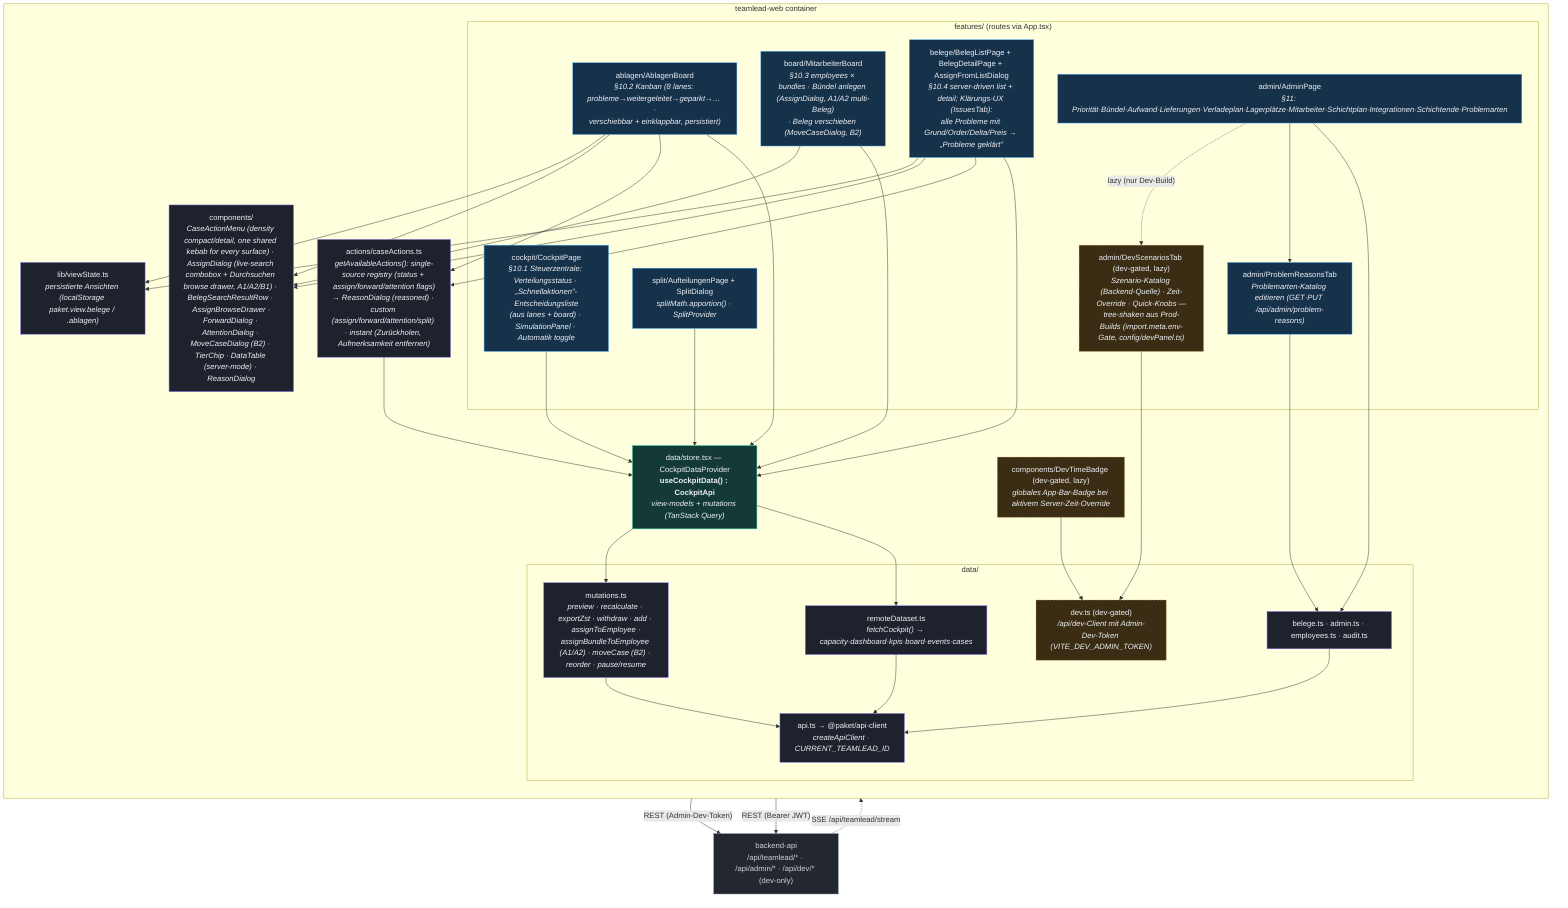
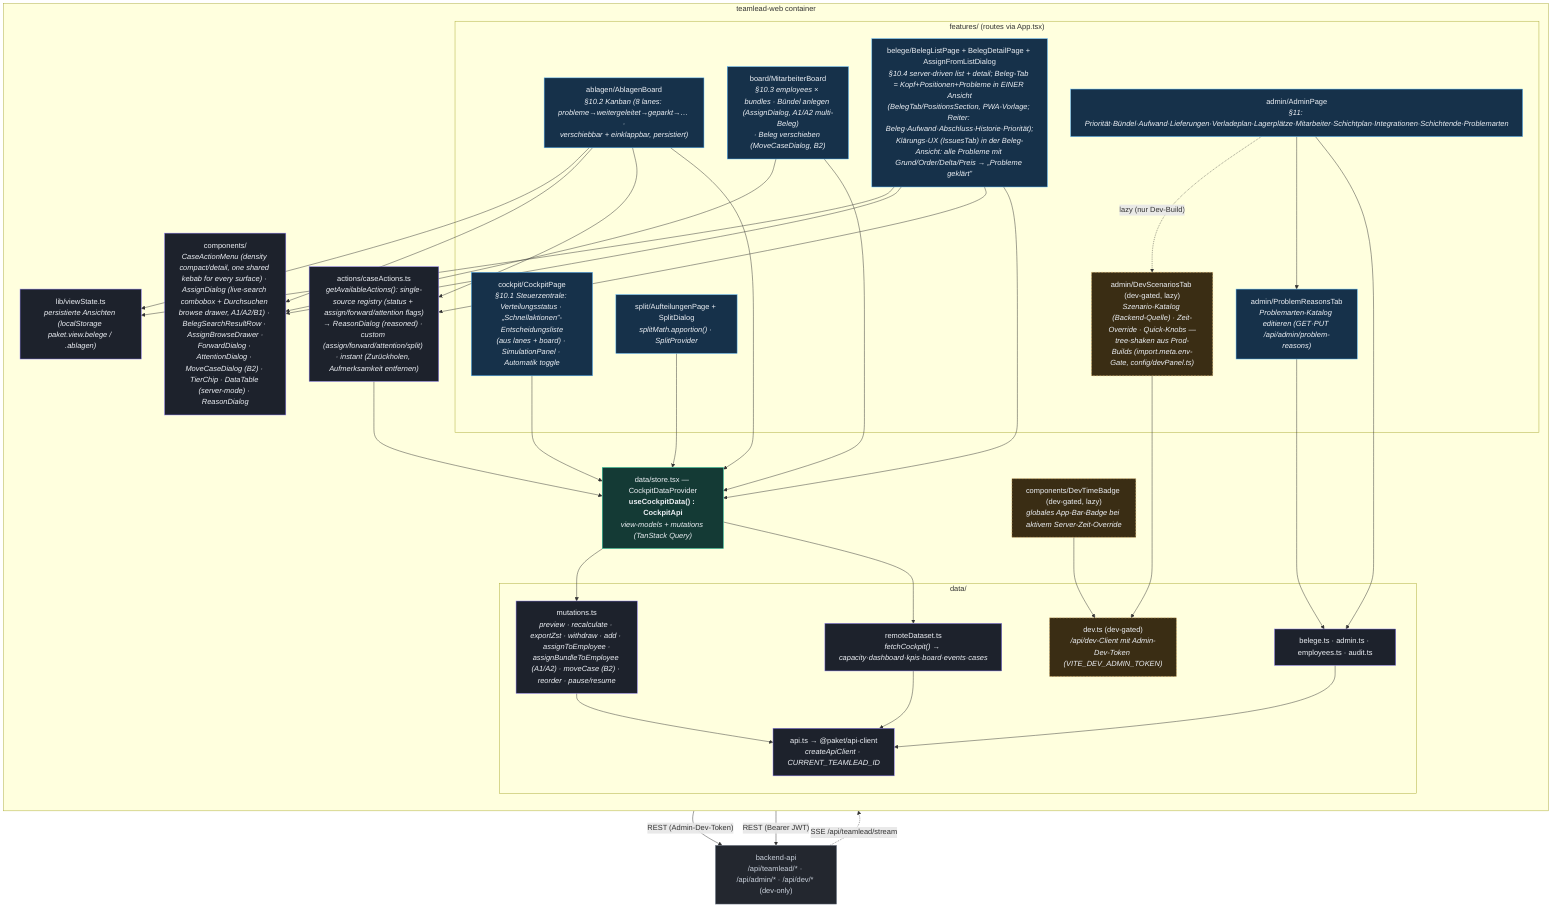
%% C4 Level 3 — Components: teamlead-web (React + Vite + MUI, TanStack Query)
%% Verified against apps/teamlead-web/src/* (features/, data/, actions/, components/).
flowchart TB
    classDef feat fill:#16314a,stroke:#56b6ff,color:#eef1f6;
    classDef store fill:#143a35,stroke:#2dd4a7,color:#eef1f6;
    classDef logic fill:#1d222c,stroke:#8b7cf6,color:#eef1f6;
    classDef ext fill:#23272f,stroke:#7c8696,color:#cbd2dd;
    classDef dev fill:#3a2d14,stroke:#e5b567,color:#eef1f6,stroke-dasharray:4 3;

    api["backend-api<br/>/api/teamlead/* · /api/admin/* · /api/dev/* (dev-only)"]:::ext

    subgraph web["teamlead-web container"]
        direction TB
        subgraph features["features/ (routes via App.tsx)"]
            cockpit["cockpit/CockpitPage<br/><i>§10.1 Steuerzentrale: Verteilungsstatus · „Schnellaktionen”-Entscheidungsliste<br/>(aus lanes + board) · SimulationPanel · Automatik toggle</i>"]:::feat
            ablagen["ablagen/AblagenBoard<br/><i>§10.2 Kanban (8 lanes: probleme→weitergeleitet→geparkt→… ·<br/>verschiebbar + einklappbar, persistiert)</i>"]:::feat
            board["board/MitarbeiterBoard<br/><i>§10.3 employees × bundles · Bündel anlegen (AssignDialog, A1/A2 multi-Beleg)<br/>· Beleg verschieben (MoveCaseDialog, B2)</i>"]:::feat
-             belege["belege/BelegListPage + BelegDetailPage + AssignFromListDialog<br/><i>§10.4 server-driven list + detail; Klärungs-UX (IssuesTab):<br/>alle Probleme mit Grund/Order/Delta/Preis → „Probleme geklärt”</i>"]:::feat
+             belege["belege/BelegListPage + BelegDetailPage + AssignFromListDialog<br/><i>§10.4 server-driven list + detail; Beleg-Tab = Kopf+Positionen+Probleme in EINER Ansicht<br/>(BelegTab/PositionsSection, PWA-Vorlage; Reiter: Beleg·Aufwand·Abschluss·Historie·Priorität);<br/>Klärungs-UX (IssuesTab) in der Beleg-Ansicht: alle Probleme mit Grund/Order/Delta/Preis → „Probleme geklärt”</i>"]:::feat
            split["split/AufteilungenPage + SplitDialog<br/><i>splitMath.apportion() · SplitProvider</i>"]:::feat
            admin["admin/AdminPage<br/><i>§11: Priorität·Bündel·Aufwand·Lieferungen·Verladeplan·Lagerplätze·Mitarbeiter·Schichtplan·Integrationen·Schichtende·Problemarten</i>"]:::feat
            problemTab["admin/ProblemReasonsTab<br/><i>Problemarten-Katalog editieren (GET·PUT /api/admin/problem-reasons)</i>"]:::feat
            devtab["admin/DevScenariosTab (dev-gated, lazy)<br/><i>Szenario-Katalog (Backend-Quelle) · Zeit-Override · Quick-Knobs —<br/>tree-shaken aus Prod-Builds (import.meta.env-Gate, config/devPanel.ts)</i>"]:::dev
        end
        devbadge["components/DevTimeBadge (dev-gated, lazy)<br/><i>globales App-Bar-Badge bei aktivem Server-Zeit-Override</i>"]:::dev
        store["data/store.tsx — CockpitDataProvider<br/><b>useCockpitData() : CockpitApi</b><br/><i>view-models + mutations (TanStack Query)</i>"]:::store
        subgraph datal["data/"]
            remote["remoteDataset.ts<br/><i>fetchCockpit() → capacity·dashboard·kpis·board·events·cases</i>"]:::logic
            belegeData["belege.ts · admin.ts · employees.ts · audit.ts"]:::logic
            devData["dev.ts (dev-gated)<br/><i>/api/dev-Client mit Admin-Dev-Token (VITE_DEV_ADMIN_TOKEN)</i>"]:::dev
            mutations["mutations.ts<br/><i>preview · recalculate · exportZst · withdraw · add · assignToEmployee ·<br/>assignBundleToEmployee (A1/A2) · moveCase (B2) · reorder · pause/resume</i>"]:::logic
            apiClient["api.ts → @paket/api-client<br/><i>createApiClient · CURRENT_TEAMLEAD_ID</i>"]:::logic
        end
        actions["actions/caseActions.ts<br/><i>getAvailableActions(): single-source registry (status + assign/forward/attention flags)<br/>→ ReasonDialog (reasoned) · custom (assign/forward/attention/split) · instant (Zurückholen, Aufmerksamkeit entfernen)</i>"]:::logic
        shared["components/<br/><i>CaseActionMenu (density compact/detail, one shared kebab for every surface) · AssignDialog (live-search combobox + Durchsuchen browse drawer, A1/A2/B1) · BelegSearchResultRow · AssignBrowseDrawer ·<br/>ForwardDialog · AttentionDialog · MoveCaseDialog (B2) · TierChip · DataTable (server-mode) · ReasonDialog</i>"]:::logic
        viewState["lib/viewState.ts<br/><i>persistierte Ansichten (localStorage paket.view.belege / .ablagen)</i>"]:::logic
    end

    cockpit --> store
    ablagen --> store
    board --> store
    belege --> store
    split --> store
    admin --> belegeData
    admin --> problemTab
    problemTab --> belegeData
    admin -. "lazy (nur Dev-Build)" .-> devtab
    devtab --> devData
    devbadge --> devData
    devData -->|"REST (Admin-Dev-Token)"| api
    ablagen --> actions
    belege --> actions
    actions --> store
    board --> shared
    ablagen --> shared
    belege --> shared
    ablagen --> viewState
    belege --> viewState
    store --> remote
    store --> mutations
    remote --> apiClient
    mutations --> apiClient
    belegeData --> apiClient
    apiClient -->|"REST (Bearer JWT)"| api
    api -. "SSE /api/teamlead/stream" .-> store
